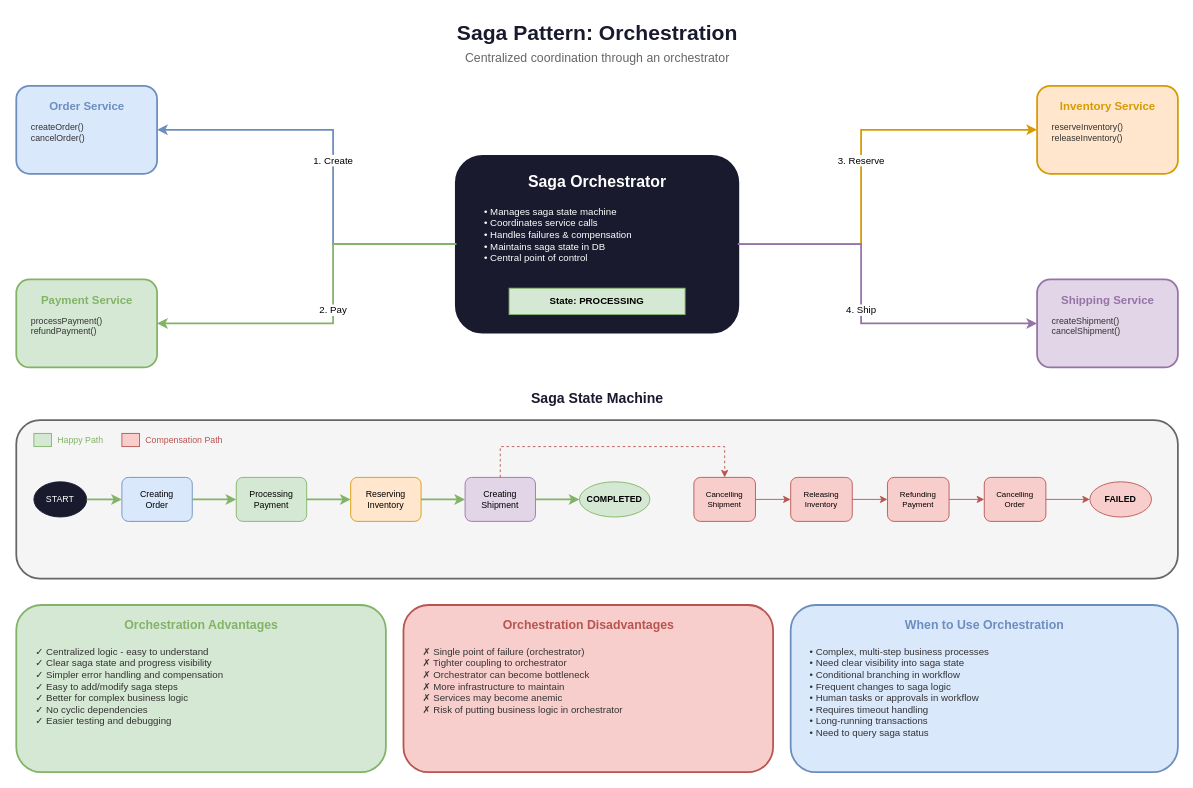
Before: lesson-02-event-driven-architecture/diagrams/3.4-saga-orchestration.drawio in MrParkerZ7/document-lesson-software-architect-x-claude, a draw.io diagram. Source tidied: cells renumbered, new cells numbered last; positions are measured from the earlier drawing's top-left corner, leaving out a move shared by most shapes. Both pictures are drawn from the tidied source at 88%, with x=0, y=0 at pixel (16, 15).
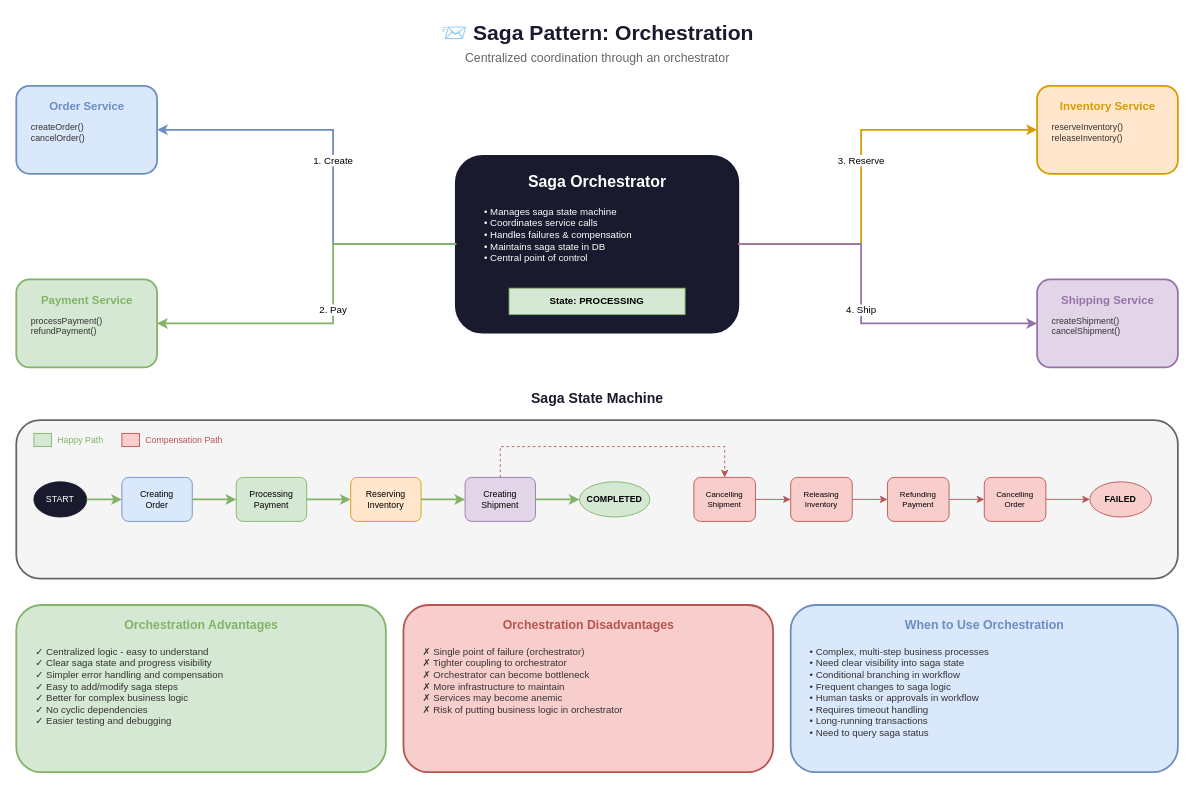
The same diagram, later.

The edit, as a diff of the source:
```diff
@@
-    <mxCell id="2" value="Saga Pattern: Orchestration" style="text;html=1;strokeColor=none;fillColor=none;align=center;verticalAlign=middle;fontSize=24;fontStyle=1;fontColor=#1a1a2e;" parent="1" vertex="1">
+    <mxCell id="2" value="📨 Saga Pattern: Orchestration" style="text;html=1;strokeColor=none;fillColor=none;align=center;verticalAlign=middle;fontSize=24;fontStyle=1;fontColor=#1a1a2e;" parent="1" vertex="1">
       <mxGeometry x="450" width="420" height="40" as="geometry" />
     </mxCell>
```
